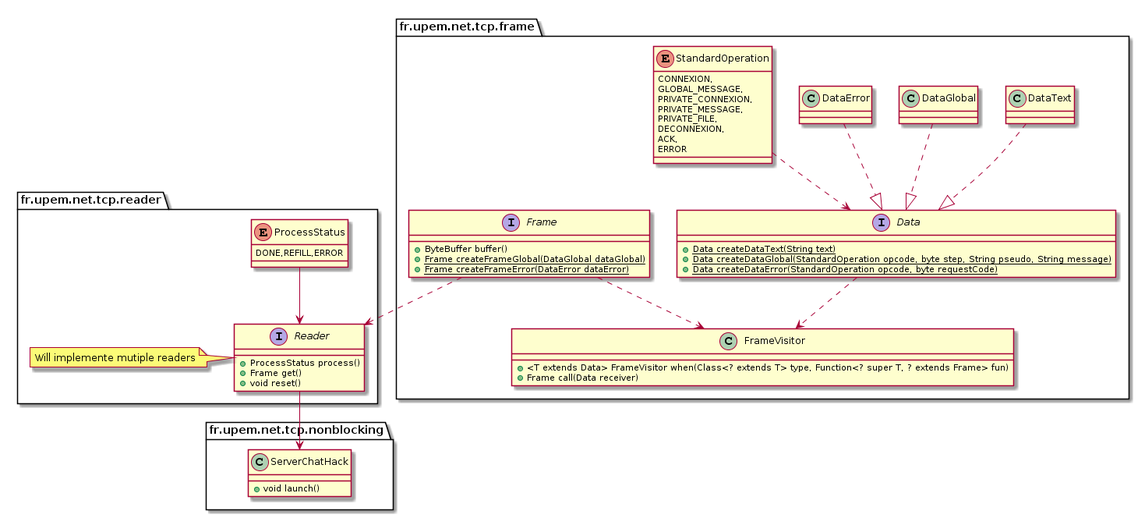
Above: uml.png in alopesmendes/ChatHack (PlantUML), before the change.
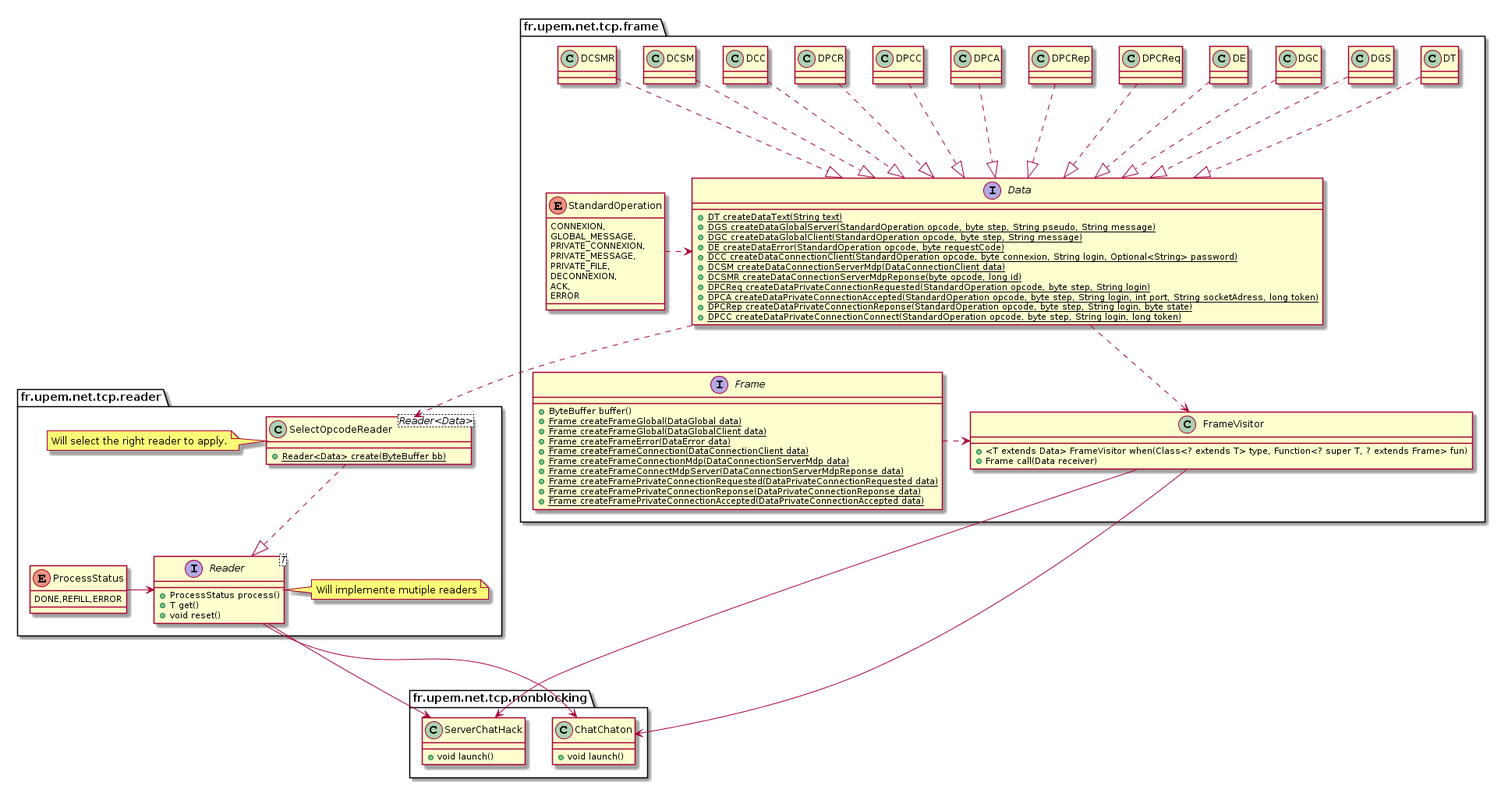
The same file after the commit.

What changed in the source:
```diff
@@ -1,6 +1,10 @@
 @startuml
 package fr.upem.net.tcp.nonblocking {
     class ServerChatHack {
+        +void launch()
+    }
+
+    class ChatChaton {
         +void launch()
     }
 }
@@ -10,36 +14,77 @@
         DONE,REFILL,ERROR
     }
 
-    interface Reader {
+    interface Reader<T> {
         +ProcessStatus process()
-        +Frame get()
+        +T get()
         +void reset()
     }
 
-    ProcessStatus --> Reader
-    Reader --> ServerChatHack
+    class SelectOpcodeReader<Reader<Data>> {
+        +{static}Reader<Data> create(ByteBuffer bb)
+    }
 
-    note left of Reader : Will implemente mutiple readers
+    ProcessStatus -right-> Reader
+    Reader -down--> ServerChatHack
+    Reader -down--> ChatChaton
+    SelectOpcodeReader .down.|> Reader
+
+    note left of SelectOpcodeReader : Will select the right reader to apply.
+    note right of Reader : Will implemente mutiple readers
 }
 
 package fr.upem.net.tcp.frame {
     interface Frame {
         +ByteBuffer buffer()
-        {static}+Frame createFrameGlobal(DataGlobal dataGlobal)
-        {static}+Frame createFrameError(DataError dataError)
+        {static}+Frame createFrameGlobal(DataGlobal data)
+        {static}+Frame createFrameGlobal(DataGlobalClient data)
+        {static}+Frame createFrameError(DataError data)
+        {static}+Frame createFrameConnection(DataConnectionClient data)
+        {static}+Frame createFrameConnectionMdp(DataConnectionServerMdp data)
+        {static}+Frame createFrameConnectMdpServer(DataConnectionServerMdpReponse data)
+        {static}+Frame createFramePrivateConnectionRequested(DataPrivateConnectionRequested data)
+        {static}+Frame createFramePrivateConnectionReponse(DataPrivateConnectionReponse data)
+        {static}+Frame createFramePrivateConnectionAccepted(DataPrivateConnectionAccepted data)
     }
 
     interface Data {
-        {static}+Data createDataText(String text)
-        {static}+Data createDataGlobal(StandardOperation opcode, byte step, String pseudo, String message)
-        {static}+Data createDataError(StandardOperation opcode, byte requestCode)
+        {static}+DT createDataText(String text)
+        {static}+DGS createDataGlobalServer(StandardOperation opcode, byte step, String pseudo, String message)
+        {static}+DGC createDataGlobalClient(StandardOperation opcode, byte step, String message)
+        {static}+DE createDataError(StandardOperation opcode, byte requestCode)
+        {static}+DCC createDataConnectionClient(StandardOperation opcode, byte connexion, String login, Optional<String> password)
+        {static}+DCSM createDataConnectionServerMdp(DataConnectionClient data)
+        {static}+DCSMR createDataConnectionServerMdpReponse(byte opcode, long id)
+        {static}+DPCReq createDataPrivateConnectionRequested(StandardOperation opcode, byte step, String login)
+        {static}+DPCA createDataPrivateConnectionAccepted(StandardOperation opcode, byte step, String login, int port, String socketAdress, long token)
+        {static}+DPCRep createDataPrivateConnectionReponse(StandardOperation opcode, byte step, String login, byte state)
+        {static}+DPCC createDataPrivateConnectionConnect(StandardOperation opcode, byte step, String login, long token)
     }
 
-    class DataText {}
+    class DT {}
 
-    class DataGlobal {}
+    class DGS {}
 
-    class DataError {}
+    class DGC {}
+
+    class DE {}
+
+    class DPCReq {}
+
+    class DPCRep {}
+
+    class DPCA {}
+
+    class DPCC {}
+
+    class DPCR {}
+
+    class DCC {}
+
+    class DCSM {}
+
+    class DCSMR {}
+
 
     class FrameVisitor {
         +<T extends Data> FrameVisitor when(Class<? extends T> type, Function<? super T, ? extends Frame> fun)
@@ -57,12 +102,23 @@
 	    ERROR
     }
 
-    Frame ..> Reader
-    DataText ..|> Data
-    DataGlobal ..|> Data
-    DataError ..|> Data
-    Data ..> FrameVisitor
-    Frame ..> FrameVisitor
-    StandardOperation ..> Data
+    Data ..> SelectOpcodeReader
+    DT ...|> Data
+    DGS ...|> Data
+    DGC ...|> Data
+    DE ...|> Data
+    DPCReq ...|> Data
+    DPCR ...|> Data
+    DPCA ...|> Data
+    DPCC ...|> Data
+    DPCRep ...|> Data
+    DCC ...|> Data
+    DCSM ...|> Data
+    DCSMR ...|> Data
+    Data .down.> FrameVisitor
+    Frame .right.> FrameVisitor
+    StandardOperation .right.> Data
+    FrameVisitor -down--> ServerChatHack
+    FrameVisitor -down--> ChatChaton
 }
 @enduml
```
